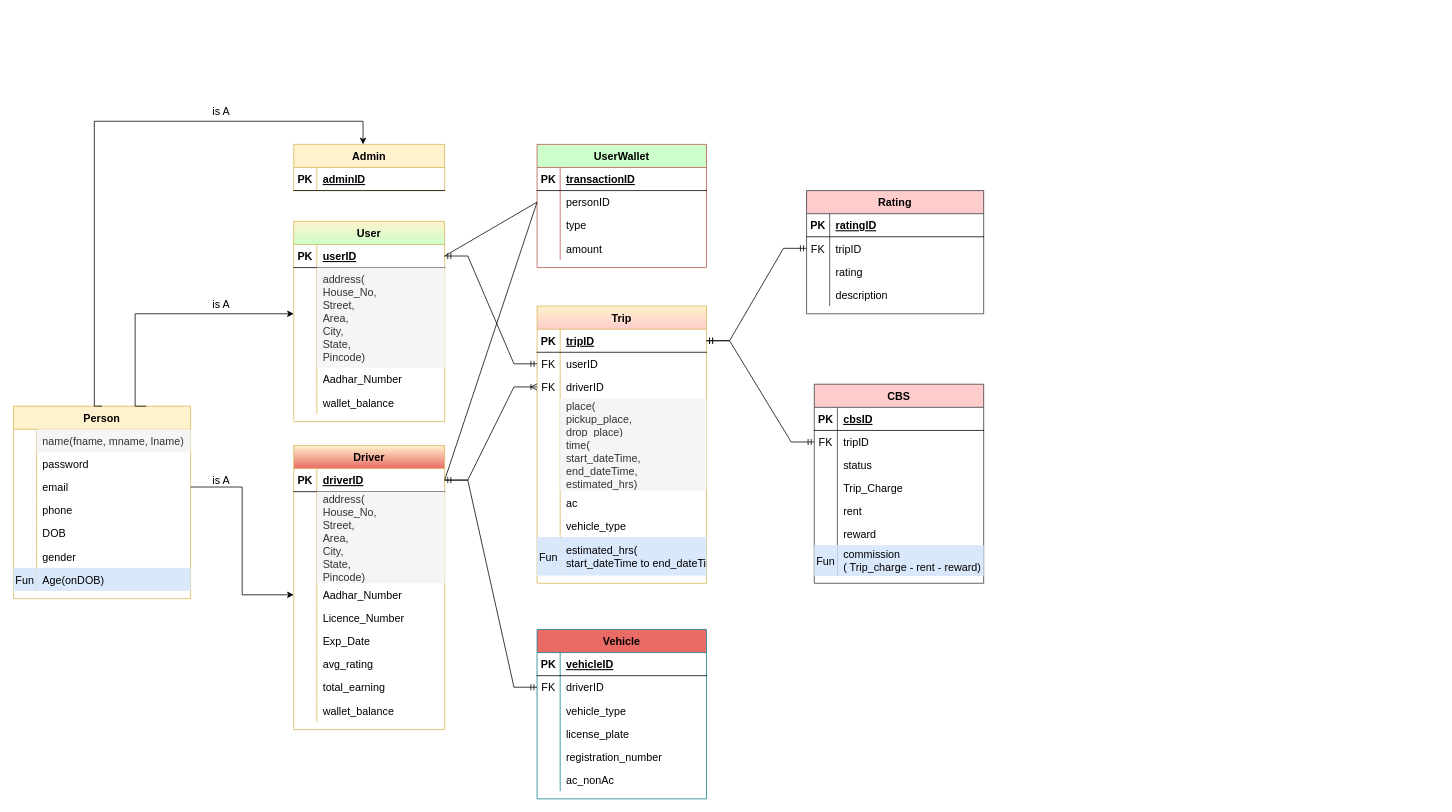
Above: DB/Trip-Management-System-ER.drawio in malivinayak/Trip-Management-System (draw.io), before the change. Source tidied: cells renumbered, new cells numbered last; positions are measured from the earlier drawing's top-left corner, leaving out a move shared by most shapes. Both pictures are drawn from the tidied source at 77%, with x=0, y=0 at pixel (13, 100).
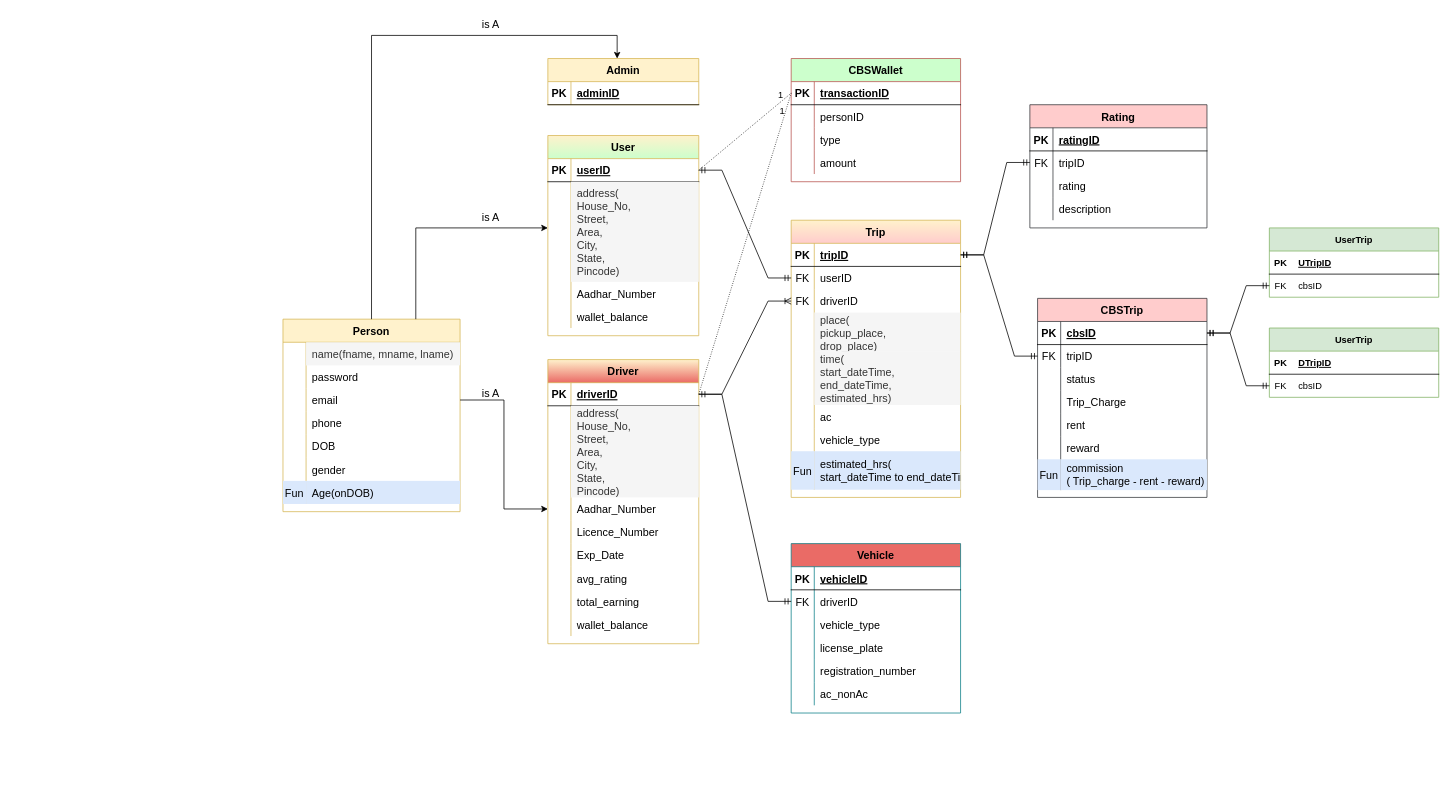
After the change.

Unchanged cells that the change refers to:
```xml
<mxCell id="29" style="shape=tableRow;horizontal=0;startSize=0;swimlaneHead=0;swimlaneBody=0;fillColor=none;points=[[0,0.5],[1,0.5]];portConstraint=eastwest;top=0;left=0;right=0;bottom=1;fontSize=14;" parent="28" vertex="1">
  <mxGeometry y="30" width="196" height="30" as="geometry" />
</mxCell>
<mxCell id="48" style="shape=tableRow;horizontal=0;startSize=0;swimlaneHead=0;swimlaneBody=0;fillColor=none;points=[[0,0.5],[1,0.5]];portConstraint=eastwest;top=0;left=0;right=0;bottom=1;fontSize=14;" parent="47" vertex="1">
  <mxGeometry y="30" width="196" height="30" as="geometry" />
</mxCell>
<mxCell id="76" style="shape=tableRow;horizontal=0;startSize=0;swimlaneHead=0;swimlaneBody=0;fillColor=none;points=[[0,0.5],[1,0.5]];portConstraint=eastwest;top=0;left=0;right=0;bottom=1;fontSize=14;" parent="75" vertex="1">
  <mxGeometry y="30" width="220" height="30" as="geometry" />
</mxCell>
<mxCell id="155" style="shape=tableRow;horizontal=0;startSize=0;swimlaneHead=0;swimlaneBody=0;fillColor=none;points=[[0,0.5],[1,0.5]];portConstraint=eastwest;top=0;left=0;right=0;bottom=1;fontSize=14;" parent="154" vertex="1">
  <mxGeometry y="30" width="220" height="30" as="geometry" />
</mxCell>
<mxCell id="158" style="shape=tableRow;horizontal=0;startSize=0;swimlaneHead=0;swimlaneBody=0;fillColor=none;points=[[0,0.5],[1,0.5]];portConstraint=eastwest;top=0;left=0;right=0;bottom=0;fontSize=14;" parent="154" vertex="1">
  <mxGeometry y="60" width="220" height="30" as="geometry" />
</mxCell>
```

The edit, as a diff of the source:
```diff
@@
     <mxCell id="2" value="Person" style="shape=table;startSize=30;childLayout=tableLayout;rowLines=0;fontStyle=1;align=center;fontSize=14;fillColor=#fff2cc;strokeColor=#d6b656;" parent="1" vertex="1">
-      <mxGeometry y="397" width="230" height="250" as="geometry" />
+      <mxGeometry x="350" y="284" width="230" height="250" as="geometry" />
     </mxCell>
@@
     <mxCell id="24" value="Admin" style="shape=table;startSize=30;childLayout=tableLayout;rowLines=0;fontStyle=1;align=center;fontSize=14;fillColor=#fff2cc;strokeColor=#d6b656;" parent="1" vertex="1">
-      <mxGeometry x="364" y="57" width="196" height="60" as="geometry" />
+      <mxGeometry x="694" y="-54.5" width="196" height="60" as="geometry" />
     </mxCell>
@@
     <mxCell id="28" value="User" style="shape=table;startSize=30;childLayout=tableLayout;rowLines=0;fontStyle=1;align=center;fontSize=14;fillColor=#fff2cc;strokeColor=#d6b656;gradientColor=#CCFFCC;" parent="1" vertex="1">
-      <mxGeometry x="364" y="157" width="196" height="260" as="geometry" />
+      <mxGeometry x="694" y="45.5" width="196" height="260" as="geometry" />
     </mxCell>
@@
     <mxCell id="41" style="group;fontSize=14;" parent="1" vertex="1">
-      <mxGeometry x="240" width="60" height="30" as="geometry" />
+      <mxGeometry x="590" y="-113" width="60" height="30" as="geometry" />
     </mxCell>
@@
     <mxCell id="43" style="group;fontSize=14;" parent="1" vertex="1">
-      <mxGeometry x="240" y="250" width="60" height="30" as="geometry" />
+      <mxGeometry x="590" y="137" width="60" height="30" as="geometry" />
     </mxCell>
@@
     <mxCell id="45" style="edgeStyle=orthogonalEdgeStyle;rounded=0;jettySize=auto;html=1;exitX=0.5;exitY=0;exitDx=0;exitDy=0;fontSize=14;" parent="1" edge="1" source="2" target="24">
       <mxGeometry relative="1" as="geometry">
         <Array as="points">
-          <mxPoint x="105" y="27" />
-          <mxPoint x="454" y="27" />
+          <mxPoint x="465" y="-84.5" />
+          <mxPoint x="784" y="-84.5" />
         </Array>
       </mxGeometry>
     </mxCell>
     <mxCell id="46" style="edgeStyle=orthogonalEdgeStyle;rounded=0;jettySize=auto;html=1;exitX=0.75;exitY=0;exitDx=0;exitDy=0;fontSize=14;" parent="1" edge="1" source="2" target="28">
       <mxGeometry relative="1" as="geometry">
         <Array as="points">
-          <mxPoint x="158" y="277" />
+          <mxPoint x="522" y="165.5" />
         </Array>
       </mxGeometry>
     </mxCell>
     <mxCell id="47" value="Driver" style="shape=table;startSize=30;childLayout=tableLayout;rowLines=0;fontStyle=1;align=center;fontSize=14;fillColor=#fff2cc;strokeColor=#d6b656;gradientColor=#EA6B66;gradientDirection=south;" parent="1" vertex="1">
-      <mxGeometry x="364" y="448" width="196" height="369" as="geometry" />
+      <mxGeometry x="694" y="336.5" width="196" height="369" as="geometry" />
     </mxCell>
@@
     <mxCell id="73" style="group;fontSize=14;" parent="1" vertex="1">
-      <mxGeometry x="240" y="478" width="60" height="30" as="geometry" />
+      <mxGeometry x="590" y="365" width="60" height="30" as="geometry" />
     </mxCell>
@@
-    <mxCell id="75" value="CBS" style="shape=table;startSize=30;childLayout=tableLayout;rowLines=0;fontStyle=1;align=center;fontSize=14;fillColor=#ffcccc;strokeColor=#36393d;" parent="1" vertex="1">
-      <mxGeometry x="1040" y="368.5" width="220" height="258.5" as="geometry" />
+    <mxCell id="75" value="CBSTrip" style="shape=table;startSize=30;childLayout=tableLayout;rowLines=0;fontStyle=1;align=center;fontSize=14;fillColor=#ffcccc;strokeColor=#36393d;" parent="1" vertex="1">
+      <mxGeometry x="1330" y="257" width="220" height="258.5" as="geometry" />
     </mxCell>
@@
     <mxCell id="97" value="Trip" style="shape=table;startSize=30;childLayout=tableLayout;rowLines=0;fontStyle=1;align=center;fontSize=14;fillColor=#fff2cc;strokeColor=#d6b656;gradientColor=#FFCCCC;" parent="1" vertex="1">
-      <mxGeometry x="680" y="267" width="220" height="360" as="geometry" />
+      <mxGeometry x="1010" y="155.5" width="220" height="360" as="geometry" />
     </mxCell>
@@
     <mxCell id="122" value="Vehicle" style="shape=table;startSize=30;childLayout=tableLayout;rowLines=0;fontStyle=1;align=center;fontSize=14;fillColor=#EA6B66;strokeColor=#0e8088;" parent="1" vertex="1">
-      <mxGeometry x="680" y="687" width="220" height="220" as="geometry" />
+      <mxGeometry x="1010" y="575.5" width="220" height="220" as="geometry" />
     </mxCell>
@@
     <mxCell id="141" value="Rating" style="shape=table;startSize=30;childLayout=tableLayout;rowLines=0;fontStyle=1;align=center;fontSize=14;fillColor=#ffcccc;strokeColor=#36393d;" parent="1" vertex="1">
-      <mxGeometry x="1030" y="117" width="230" height="160" as="geometry" />
+      <mxGeometry x="1320" y="5.5" width="230" height="160" as="geometry" />
     </mxCell>
@@
-    <mxCell id="154" value="UserWallet" style="shape=table;startSize=30;childLayout=tableLayout;rowLines=0;fontStyle=1;align=center;fontSize=14;fillColor=#CCFFCC;strokeColor=#b85450;gradientColor=none;" parent="1" vertex="1">
-      <mxGeometry x="680" y="57" width="220" height="160" as="geometry" />
+    <mxCell id="154" value="CBSWallet" style="shape=table;startSize=30;childLayout=tableLayout;rowLines=0;fontStyle=1;align=center;fontSize=14;fillColor=#CCFFCC;strokeColor=#b85450;gradientColor=none;" parent="1" vertex="1">
+      <mxGeometry x="1010" y="-54.5" width="220" height="160" as="geometry" />
     </mxCell>
@@
-    <mxCell id="170" style="endArrow=none;html=1;rounded=0;exitX=1;exitY=0.5;exitDx=0;exitDy=0;entryX=0;entryY=0.5;entryDx=0;entryDy=0;fontSize=14;" parent="1" edge="1" source="48" target="158">
-      <mxGeometry relative="1" as="geometry" />
-    </mxCell>
-    <mxCell id="171" style="endArrow=none;html=1;rounded=0;exitX=1;exitY=0.5;exitDx=0;exitDy=0;entryX=0;entryY=0.5;entryDx=0;entryDy=0;fontSize=14;" parent="1" edge="1" source="29" target="158">
-      <mxGeometry relative="1" as="geometry" />
-    </mxCell>
@@
+    <mxCell id="174" value="UserTrip" style="swimlane;fontStyle=1;horizontal=1;startSize=30;strokeColor=#82b366;labelBackgroundColor=none;swimlaneFillColor=none;fillColor=#d5e8d4;" parent="1" vertex="1">
+      <mxGeometry x="1631" y="165.5" width="220" height="90" as="geometry" />
+    </mxCell>
+    <mxCell id="175" style="shape=table;startSize=0;childLayout=tableLayout;rowLines=0;fontStyle=0;align=center;strokeColor=none;fillColor=none;" parent="174" vertex="1">
+      <mxGeometry y="30" width="220" height="30" as="geometry" />
+    </mxCell>
+    <mxCell id="176" style="shape=tableRow;horizontal=0;startSize=0;swimlaneHead=0;swimlaneBody=0;fillColor=none;top=0;left=0;right=0;bottom=1;" parent="175" vertex="1">
+      <mxGeometry width="220" height="30" as="geometry" />
+    </mxCell>
+    <mxCell id="177" value="PK" style="shape=partialRectangle;fillColor=none;top=0;left=0;bottom=0;right=0;fontStyle=1;overflow=hidden;" parent="176" vertex="1">
+      <mxGeometry width="30" height="30" as="geometry" />
+    </mxCell>
+    <mxCell id="178" value="UTripID" style="shape=partialRectangle;fillColor=none;top=0;left=0;bottom=0;right=0;align=left;spacingLeft=6;fontStyle=5;overflow=hidden;" parent="176" vertex="1">
+      <mxGeometry x="30" width="190" height="30" as="geometry" />
+    </mxCell>
+    <mxCell id="179" style="shape=table;startSize=0;childLayout=tableLayout;rowLines=0;fontStyle=0;align=center;strokeColor=none;fillColor=none;" parent="174" vertex="1">
+      <mxGeometry y="60" width="220" height="30" as="geometry" />
+    </mxCell>
+    <mxCell id="180" style="shape=tableRow;horizontal=0;startSize=0;swimlaneHead=0;swimlaneBody=0;fillColor=none;points=[[0,0.5],[1,0.5]];portConstraint=eastwest;top=0;left=0;right=0;bottom=0;" parent="179" vertex="1">
+      <mxGeometry width="220" height="30" as="geometry" />
+    </mxCell>
+    <mxCell id="181" value="FK" style="shape=partialRectangle;fillColor=none;top=0;left=0;bottom=0;right=0;fontStyle=0;overflow=hidden;" parent="180" vertex="1">
+      <mxGeometry width="30" height="30" as="geometry" />
+    </mxCell>
+    <mxCell id="182" value="cbsID" style="shape=partialRectangle;fillColor=none;top=0;left=0;bottom=0;right=0;align=left;spacingLeft=6;fontStyle=0;overflow=hidden;" parent="180" vertex="1">
+      <mxGeometry x="30" width="190" height="30" as="geometry" />
+    </mxCell>
+    <mxCell id="183" value="UserTrip" style="swimlane;fontStyle=1;horizontal=1;startSize=30;strokeColor=#82b366;labelBackgroundColor=none;swimlaneFillColor=none;fillColor=#d5e8d4;" parent="1" vertex="1">
+      <mxGeometry x="1631" y="295.5" width="220" height="90" as="geometry" />
+    </mxCell>
+    <mxCell id="184" style="shape=table;startSize=0;childLayout=tableLayout;rowLines=0;fontStyle=0;align=center;strokeColor=none;fillColor=none;" parent="183" vertex="1">
+      <mxGeometry y="30" width="220" height="30" as="geometry" />
+    </mxCell>
+    <mxCell id="185" style="shape=tableRow;horizontal=0;startSize=0;swimlaneHead=0;swimlaneBody=0;fillColor=none;top=0;left=0;right=0;bottom=1;" parent="184" vertex="1">
+      <mxGeometry width="220" height="30" as="geometry" />
+    </mxCell>
+    <mxCell id="186" value="PK" style="shape=partialRectangle;fillColor=none;top=0;left=0;bottom=0;right=0;fontStyle=1;overflow=hidden;" parent="185" vertex="1">
+      <mxGeometry width="30" height="30" as="geometry" />
+    </mxCell>
+    <mxCell id="187" value="DTripID" style="shape=partialRectangle;fillColor=none;top=0;left=0;bottom=0;right=0;align=left;spacingLeft=6;fontStyle=5;overflow=hidden;" parent="185" vertex="1">
+      <mxGeometry x="30" width="190" height="30" as="geometry" />
+    </mxCell>
+    <mxCell id="188" style="shape=table;startSize=0;childLayout=tableLayout;rowLines=0;fontStyle=0;align=center;strokeColor=none;fillColor=none;" parent="183" vertex="1">
+      <mxGeometry y="60" width="220" height="30" as="geometry" />
+    </mxCell>
+    <mxCell id="189" style="shape=tableRow;horizontal=0;startSize=0;swimlaneHead=0;swimlaneBody=0;fillColor=none;points=[[0,0.5],[1,0.5]];portConstraint=eastwest;top=0;left=0;right=0;bottom=0;" parent="188" vertex="1">
+      <mxGeometry width="220" height="30" as="geometry" />
+    </mxCell>
+    <mxCell id="190" value="FK" style="shape=partialRectangle;fillColor=none;top=0;left=0;bottom=0;right=0;fontStyle=0;overflow=hidden;" parent="189" vertex="1">
+      <mxGeometry width="30" height="30" as="geometry" />
+    </mxCell>
+    <mxCell id="191" value="cbsID" style="shape=partialRectangle;fillColor=none;top=0;left=0;bottom=0;right=0;align=left;spacingLeft=6;fontStyle=0;overflow=hidden;" parent="189" vertex="1">
+      <mxGeometry x="30" width="190" height="30" as="geometry" />
+    </mxCell>
+    <mxCell id="192" style="edgeStyle=entityRelationEdgeStyle;fontSize=12;html=1;endArrow=ERmandOne;startArrow=ERmandOne;rounded=0;entryX=0;entryY=0.5;entryDx=0;entryDy=0;exitX=1;exitY=0.5;exitDx=0;exitDy=0;" parent="1" edge="1" source="76" target="180">
+      <mxGeometry relative="1" as="geometry" />
+    </mxCell>
+    <mxCell id="193" style="edgeStyle=entityRelationEdgeStyle;fontSize=12;html=1;endArrow=ERmandOne;startArrow=ERmandOne;rounded=0;exitX=1;exitY=0.5;exitDx=0;exitDy=0;entryX=0;entryY=0.5;entryDx=0;entryDy=0;" parent="1" edge="1" source="76" target="189">
+      <mxGeometry relative="1" as="geometry" />
+    </mxCell>
+    <mxCell id="194" style="endArrow=none;html=1;rounded=0;dashed=1;dashPattern=1 2;exitX=1;exitY=0.5;exitDx=0;exitDy=0;entryX=0;entryY=0.5;entryDx=0;entryDy=0;" parent="1" edge="1" source="29" target="155">
+      <mxGeometry relative="1" as="geometry" />
+    </mxCell>
+    <mxCell id="195" value="1" style="html=1;align=right;verticalAlign=bottom;" parent="194" vertex="1">
+      <mxGeometry x="1" relative="1" as="geometry">
+        <mxPoint x="-10" y="10" as="offset" />
+      </mxGeometry>
+    </mxCell>
+    <mxCell id="196" style="endArrow=none;html=1;rounded=0;dashed=1;dashPattern=1 2;exitX=1;exitY=0.5;exitDx=0;exitDy=0;entryX=0;entryY=0.5;entryDx=0;entryDy=0;" parent="1" edge="1" source="48" target="155">
+      <mxGeometry relative="1" as="geometry" />
+    </mxCell>
+    <mxCell id="197" value="1" style="html=1;align=right;verticalAlign=bottom;" parent="196" vertex="1">
+      <mxGeometry x="1" relative="1" as="geometry">
+        <mxPoint x="-8" y="31" as="offset" />
+      </mxGeometry>
+    </mxCell>
```
